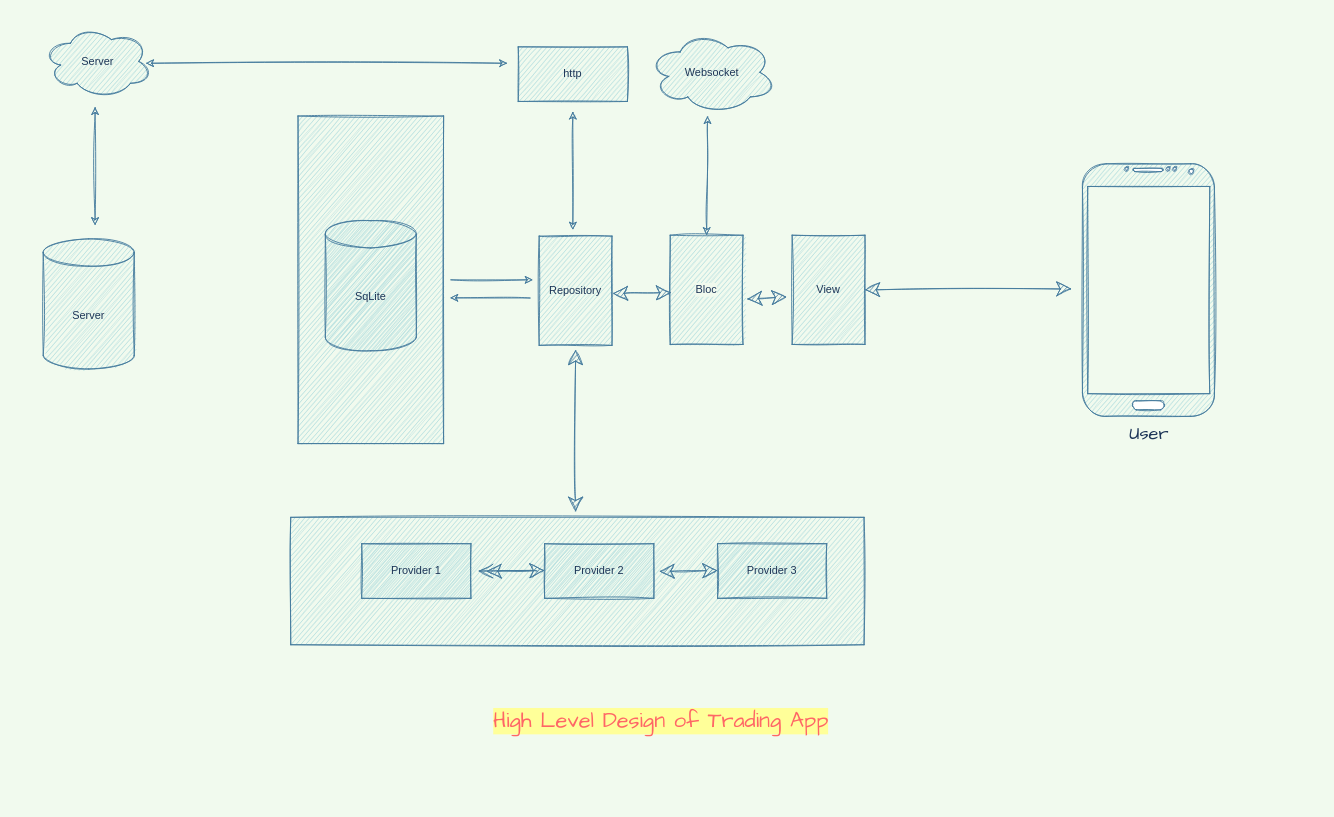
This is Diagram/Untitled Diagram.drawio from dheeraj-bhadoria/HLD-Trading-App, a draw.io file, before an edit. Source tidied: cells renumbered, new cells numbered last; positions are measured from the earlier drawing's top-left corner, leaving out a move shared by most shapes. Both pictures are drawn from the tidied source at 91%, with x=0, y=0 at pixel (15, 15).
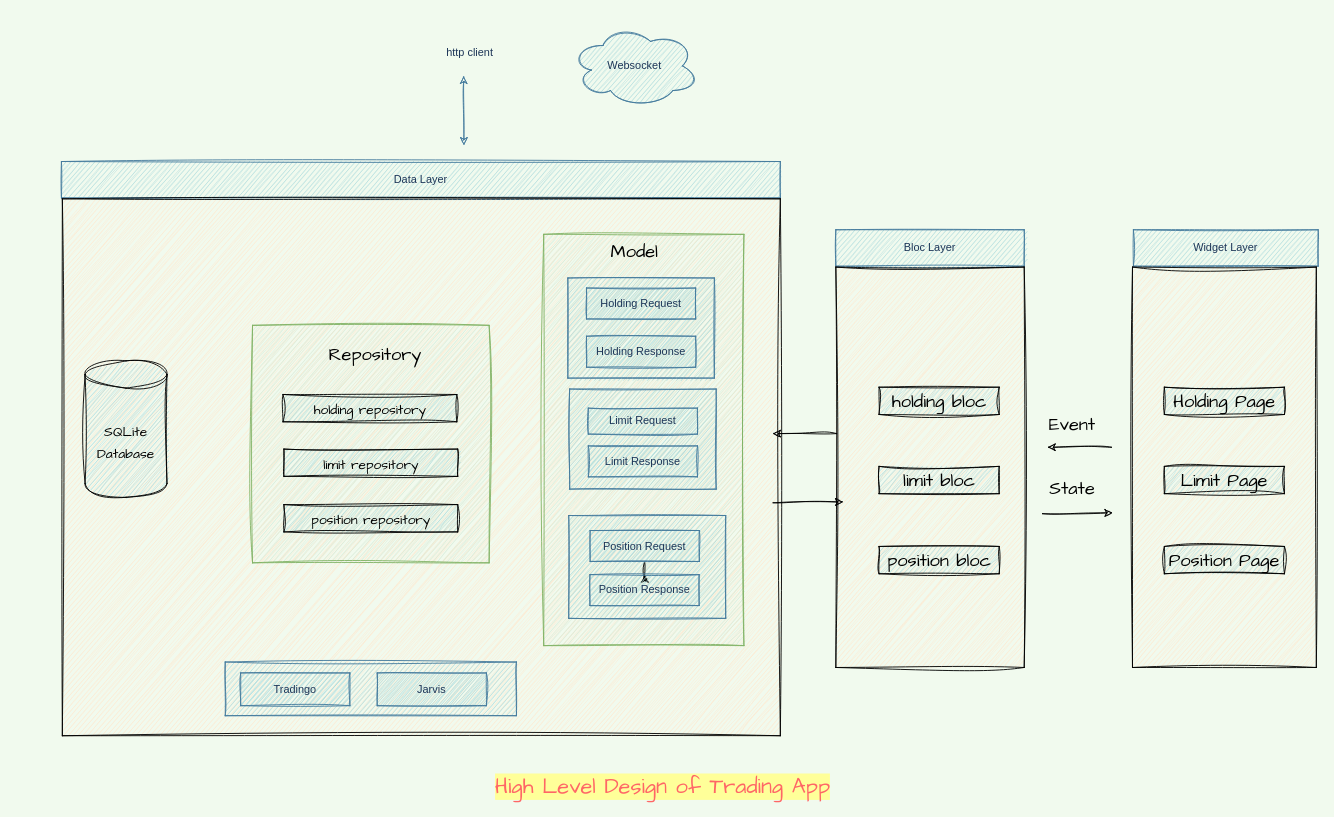
The same page after the edit.

The edit, as a diff of the source:
```diff
@@
-    <mxCell id="2" value="Bloc" style="rounded=0;whiteSpace=wrap;html=1;labelBackgroundColor=#F1FAEE;fillColor=#A8DADC;strokeColor=#457B9D;fontColor=#1D3557;sketch=1;" parent="1" vertex="1">
-      <mxGeometry x="719" y="241" width="80" height="120" as="geometry" />
-    </mxCell>
-    <mxCell id="3" style="edgeStyle=orthogonalEdgeStyle;rounded=0;orthogonalLoop=1;jettySize=auto;html=1;labelBackgroundColor=#F1FAEE;strokeColor=#457B9D;fontColor=#1D3557;sketch=1;" parent="1" edge="1">
-      <mxGeometry relative="1" as="geometry">
-        <mxPoint x="478" y="290" as="sourcePoint" />
-        <mxPoint x="568" y="290" as="targetPoint" />
-      </mxGeometry>
-    </mxCell>
-    <mxCell id="4" style="rounded=0;whiteSpace=wrap;html=1;fillColor=#A8DADC;strokeColor=#457B9D;fontColor=#1D3557;sketch=1;" parent="1" vertex="1">
-      <mxGeometry x="310" y="110" width="160" height="360" as="geometry" />
-    </mxCell>
-    <mxCell id="5" value="SqLite" style="shape=cylinder3;whiteSpace=wrap;html=1;boundedLbl=1;backgroundOutline=1;size=15;fillColor=#A8DADC;strokeColor=#457B9D;fontColor=#1D3557;rounded=0;sketch=1;" parent="1" vertex="1">
-      <mxGeometry x="340" y="225" width="100" height="143" as="geometry" />
-    </mxCell>
-    <mxCell id="6" value="Server" style="ellipse;shape=cloud;whiteSpace=wrap;html=1;fillColor=#A8DADC;strokeColor=#457B9D;fontColor=#1D3557;rounded=0;sketch=1;" parent="1" vertex="1">
-      <mxGeometry x="30" y="10" width="120" height="80" as="geometry" />
-    </mxCell>
-    <mxCell id="7" style="endArrow=classic;startArrow=classic;html=1;rounded=0;exitX=0.941;exitY=0.525;exitDx=0;exitDy=0;exitPerimeter=0;labelBackgroundColor=#F1FAEE;strokeColor=#457B9D;fontColor=#1D3557;sketch=1;" parent="1" edge="1" source="6">
-      <mxGeometry relative="1" as="geometry">
-        <mxPoint x="540" y="52" as="targetPoint" />
-      </mxGeometry>
-    </mxCell>
-    <mxCell id="8" style="endArrow=classic;startArrow=classic;html=1;rounded=0;entryX=0.5;entryY=0;entryDx=0;entryDy=0;labelBackgroundColor=#F1FAEE;strokeColor=#457B9D;fontColor=#1D3557;sketch=1;" parent="1" edge="1">
+    <mxCell id="8" style="endArrow=classic;startArrow=classic;html=1;rounded=0;labelBackgroundColor=#F1FAEE;strokeColor=#457B9D;fontColor=#1D3557;sketch=1;exitX=0.5;exitY=1;exitDx=0;exitDy=0;entryX=0.522;entryY=-0.1;entryDx=0;entryDy=0;entryPerimeter=0;" parent="1" edge="1">
       <mxGeometry relative="1" as="geometry">
-        <mxPoint x="612" y="105" as="sourcePoint" />
-        <mxPoint x="612" y="235" as="targetPoint" />
+        <mxPoint x="492" y="66" as="sourcePoint" />
+        <mxPoint x="492.3" y="142" as="targetPoint" />
       </mxGeometry>
     </mxCell>
-    <mxCell id="9" style="rounded=0;whiteSpace=wrap;html=1;fillColor=#A8DADC;strokeColor=#457B9D;fontColor=#1D3557;sketch=1;" parent="1" vertex="1">
-      <mxGeometry x="302" y="551" width="630" height="140" as="geometry" />
-    </mxCell>
-    <mxCell id="10" value="Provider 1" style="rounded=0;whiteSpace=wrap;html=1;fillColor=#A8DADC;strokeColor=#457B9D;fontColor=#1D3557;sketch=1;" parent="1" vertex="1">
-      <mxGeometry x="380" y="580" width="120" height="60" as="geometry" />
-    </mxCell>
-    <mxCell id="11" style="edgeStyle=orthogonalEdgeStyle;curved=1;rounded=0;sketch=1;hachureGap=4;jettySize=auto;html=1;fontFamily=Architects Daughter;fontSize=24;fontColor=#FF6666;endArrow=open;startSize=14;endSize=14;sourcePerimeterSpacing=8;targetPerimeterSpacing=8;strokeColor=#457B9D;fillColor=#A8DADC;" parent="1" edge="1" source="12" target="10">
-      <mxGeometry relative="1" as="geometry" />
-    </mxCell>
-    <mxCell id="12" value="Provider 2" style="rounded=0;whiteSpace=wrap;html=1;fillColor=#A8DADC;strokeColor=#457B9D;fontColor=#1D3557;sketch=1;" parent="1" vertex="1">
-      <mxGeometry x="581" y="580" width="120" height="60" as="geometry" />
-    </mxCell>
-    <mxCell id="13" value="Provider 3" style="rounded=0;whiteSpace=wrap;html=1;fillColor=#A8DADC;strokeColor=#457B9D;fontColor=#1D3557;sketch=1;" parent="1" vertex="1">
-      <mxGeometry x="771" y="580" width="120" height="60" as="geometry" />
-    </mxCell>
-    <mxCell id="14" style="endArrow=classic;html=1;rounded=0;entryX=1.014;entryY=0.555;entryDx=0;entryDy=0;entryPerimeter=0;labelBackgroundColor=#F1FAEE;strokeColor=#457B9D;fontColor=#1D3557;sketch=1;" parent="1" edge="1">
-      <mxGeometry relative="1" as="geometry">
-        <mxPoint x="565" y="310" as="sourcePoint" />
-        <mxPoint x="477.2" y="309.8" as="targetPoint" />
-      </mxGeometry>
-    </mxCell>
-    <mxCell id="15" value="Repository" style="rounded=0;whiteSpace=wrap;html=1;fillColor=#A8DADC;strokeColor=#457B9D;fontColor=#1D3557;sketch=1;" parent="1" vertex="1">
-      <mxGeometry x="575" y="242" width="80" height="120" as="geometry" />
-    </mxCell>
-    <mxCell id="16" value="View" style="rounded=0;whiteSpace=wrap;html=1;fillColor=#A8DADC;strokeColor=#457B9D;fontColor=#1D3557;sketch=1;" parent="1" vertex="1">
-      <mxGeometry x="853" y="241" width="80" height="120" as="geometry" />
+    <mxCell id="16" value="Widget Layer" style="rounded=0;whiteSpace=wrap;html=1;fillColor=#A8DADC;strokeColor=#457B9D;fontColor=#1D3557;sketch=1;" parent="1" vertex="1">
+      <mxGeometry x="1228" y="235" width="203" height="40" as="geometry" />
     </mxCell>
-    <mxCell id="17" value="http" style="rounded=0;whiteSpace=wrap;html=1;fillColor=#A8DADC;strokeColor=#457B9D;fontColor=#1D3557;sketch=1;" parent="1" vertex="1">
-      <mxGeometry x="552" y="34" width="120" height="60" as="geometry" />
+    <mxCell id="17" value="http client" style="rounded=0;whiteSpace=wrap;html=1;fillColor=none;strokeColor=none;fontColor=#1D3557;sketch=1;" parent="1" vertex="1">
+      <mxGeometry x="439" y="10" width="120" height="60" as="geometry" />
     </mxCell>
     <mxCell id="18" value="Websocket" style="ellipse;shape=cloud;whiteSpace=wrap;html=1;fillColor=#A8DADC;strokeColor=#457B9D;fontColor=#1D3557;rounded=0;sketch=1;" parent="1" vertex="1">
-      <mxGeometry x="695" y="17" width="140" height="90" as="geometry" />
+      <mxGeometry x="610" y="10" width="140" height="90" as="geometry" />
     </mxCell>
-    <mxCell id="19" style="endArrow=classic;startArrow=classic;html=1;rounded=0;entryX=0.5;entryY=0;entryDx=0;entryDy=0;labelBackgroundColor=#F1FAEE;strokeColor=#457B9D;fontColor=#1D3557;sketch=1;" parent="1" edge="1" target="2">
-      <mxGeometry relative="1" as="geometry">
-        <mxPoint x="760" y="110" as="sourcePoint" />
-        <Array as="points">
-          <mxPoint x="760" y="170" />
-        </Array>
-      </mxGeometry>
-    </mxCell>
-    <mxCell id="20" style="endArrow=classic;startArrow=classic;html=1;rounded=0;sketch=1;hachureGap=4;fontFamily=Architects Daughter;fontSize=16;startSize=14;endSize=14;sourcePerimeterSpacing=8;targetPerimeterSpacing=8;entryX=0;entryY=0.5;entryDx=0;entryDy=0;exitX=1;exitY=0.5;exitDx=0;exitDy=0;labelBackgroundColor=#F1FAEE;strokeColor=#457B9D;fontColor=#1D3557;" parent="1" edge="1">
-      <mxGeometry relative="1" as="geometry">
-        <mxPoint x="656" y="305" as="sourcePoint" />
-        <mxPoint x="720" y="304" as="targetPoint" />
-      </mxGeometry>
-    </mxCell>
-    <mxCell id="21" style="endArrow=classic;startArrow=classic;html=1;rounded=0;sketch=1;hachureGap=4;fontFamily=Architects Daughter;fontSize=16;startSize=14;endSize=14;sourcePerimeterSpacing=8;targetPerimeterSpacing=8;entryX=-0.038;entryY=0.582;entryDx=0;entryDy=0;entryPerimeter=0;exitX=1.093;exitY=0.601;exitDx=0;exitDy=0;exitPerimeter=0;labelBackgroundColor=#F1FAEE;strokeColor=#457B9D;fontColor=#1D3557;" parent="1" edge="1">
-      <mxGeometry relative="1" as="geometry">
-        <mxPoint x="803.4" y="311.1" as="sourcePoint" />
-        <mxPoint x="847" y="308.8" as="targetPoint" />
-      </mxGeometry>
-    </mxCell>
-    <mxCell id="22" value="User" style="verticalLabelPosition=bottom;verticalAlign=top;html=1;shadow=0;dashed=0;strokeWidth=1;shape=mxgraph.android.phone2;strokeColor=#457B9D;sketch=1;hachureGap=4;fontFamily=Architects Daughter;fontSize=20;fillColor=#A8DADC;fontColor=#1D3557;" parent="1" vertex="1">
-      <mxGeometry x="1172" y="162.5" width="145" height="277.5" as="geometry" />
-    </mxCell>
-    <mxCell id="23" style="endArrow=classic;startArrow=classic;html=1;rounded=0;sketch=1;hachureGap=4;fontFamily=Architects Daughter;fontSize=16;startSize=14;endSize=14;sourcePerimeterSpacing=8;targetPerimeterSpacing=8;exitX=1;exitY=0.5;exitDx=0;exitDy=0;labelBackgroundColor=#F1FAEE;strokeColor=#457B9D;fontColor=#1D3557;" parent="1" edge="1" source="16">
-      <mxGeometry relative="1" as="geometry">
-        <mxPoint x="1160" y="300" as="targetPoint" />
-      </mxGeometry>
-    </mxCell>
-    <mxCell id="24" value="Server" style="shape=cylinder3;whiteSpace=wrap;html=1;boundedLbl=1;backgroundOutline=1;size=15;fillColor=#A8DADC;strokeColor=#457B9D;fontColor=#1D3557;rounded=0;sketch=1;" parent="1" vertex="1">
-      <mxGeometry x="30" y="245" width="100" height="143" as="geometry" />
-    </mxCell>
-    <mxCell id="25" style="endArrow=classic;startArrow=classic;html=1;rounded=0;labelBackgroundColor=#F1FAEE;strokeColor=#457B9D;fontColor=#1D3557;sketch=1;" parent="1" edge="1">
-      <mxGeometry relative="1" as="geometry">
-        <mxPoint x="87" y="100" as="sourcePoint" />
-        <mxPoint x="87" y="230" as="targetPoint" />
-      </mxGeometry>
-    </mxCell>
     <mxCell id="26" style="rounded=0;whiteSpace=wrap;html=1;sketch=1;hachureGap=4;fontFamily=Architects Daughter;fontSize=20;strokeColor=none;fillColor=none;dashed=1;" parent="1" vertex="1">
-      <mxGeometry width="1390" height="830" as="geometry" />
+      <mxGeometry width="30" height="30" as="geometry" />
     </mxCell>
-    <mxCell id="27" style="endArrow=classic;startArrow=classic;html=1;rounded=0;sketch=1;hachureGap=4;fontFamily=Architects Daughter;fontSize=24;fontColor=#FF6666;startSize=14;endSize=14;sourcePerimeterSpacing=8;targetPerimeterSpacing=8;strokeColor=#457B9D;fillColor=#A8DADC;curved=1;entryX=0.5;entryY=1;entryDx=0;entryDy=0;" parent="1" edge="1">
-      <mxGeometry relative="1" as="geometry">
-        <mxPoint x="615" y="545" as="sourcePoint" />
-        <mxPoint x="615" y="367" as="targetPoint" />
-      </mxGeometry>
-    </mxCell>
-    <mxCell id="28" style="endArrow=classic;startArrow=classic;html=1;rounded=0;sketch=1;hachureGap=4;fontFamily=Architects Daughter;fontSize=16;startSize=14;endSize=14;sourcePerimeterSpacing=8;targetPerimeterSpacing=8;entryX=0;entryY=0.5;entryDx=0;entryDy=0;exitX=1;exitY=0.5;exitDx=0;exitDy=0;labelBackgroundColor=#F1FAEE;strokeColor=#457B9D;fontColor=#1D3557;" parent="1" edge="1">
-      <mxGeometry relative="1" as="geometry">
-        <mxPoint x="517" y="610.4" as="sourcePoint" />
-        <mxPoint x="581" y="609.4" as="targetPoint" />
-      </mxGeometry>
-    </mxCell>
-    <mxCell id="29" style="endArrow=classic;startArrow=classic;html=1;rounded=0;sketch=1;hachureGap=4;fontFamily=Architects Daughter;fontSize=16;startSize=14;endSize=14;sourcePerimeterSpacing=8;targetPerimeterSpacing=8;entryX=0;entryY=0.5;entryDx=0;entryDy=0;exitX=1;exitY=0.5;exitDx=0;exitDy=0;labelBackgroundColor=#F1FAEE;strokeColor=#457B9D;fontColor=#1D3557;" parent="1" edge="1">
-      <mxGeometry relative="1" as="geometry">
-        <mxPoint x="707" y="610.4" as="sourcePoint" />
-        <mxPoint x="771" y="609.4" as="targetPoint" />
-      </mxGeometry>
-    </mxCell>
     <mxCell id="30" value="High Level Design of Trading App" style="text;html=1;strokeColor=none;fillColor=none;align=center;verticalAlign=middle;whiteSpace=wrap;rounded=0;dashed=1;labelBackgroundColor=#FFFF99;sketch=1;hachureGap=4;fontFamily=Architects Daughter;fontSize=24;fontColor=#FF6666;" parent="1" vertex="1">
-      <mxGeometry x="480" y="760" width="458" height="30" as="geometry" />
+      <mxGeometry x="482" y="832" width="458" height="30" as="geometry" />
     </mxCell>
+    <mxCell id="31" style="rounded=0;whiteSpace=wrap;html=1;sketch=1;hachureGap=4;jiggle=2;curveFitting=1;fontFamily=Architects Daughter;fontSize=20;fillColor=#FFE6CC;" parent="1" vertex="1">
+      <mxGeometry x="1227" y="276" width="202" height="440" as="geometry" />
+    </mxCell>
+    <mxCell id="32" value="Bloc Layer" style="rounded=0;whiteSpace=wrap;html=1;fillColor=#A8DADC;strokeColor=#457B9D;fontColor=#1D3557;sketch=1;" parent="1" vertex="1">
+      <mxGeometry x="901" y="235" width="207" height="40" as="geometry" />
+    </mxCell>
+    <mxCell id="33" style="rounded=0;whiteSpace=wrap;html=1;sketch=1;hachureGap=4;jiggle=2;curveFitting=1;fontFamily=Architects Daughter;fontSize=20;fillColor=#FFE6CC;" parent="1" vertex="1">
+      <mxGeometry x="901" y="276" width="207" height="440" as="geometry" />
+    </mxCell>
+    <mxCell id="34" value="Data Layer" style="rounded=0;whiteSpace=wrap;html=1;fillColor=#A8DADC;strokeColor=#457B9D;fontColor=#1D3557;sketch=1;" parent="1" vertex="1">
+      <mxGeometry x="50" y="160" width="790" height="40" as="geometry" />
+    </mxCell>
+    <mxCell id="35" style="rounded=0;whiteSpace=wrap;html=1;sketch=1;hachureGap=4;jiggle=2;curveFitting=1;fontFamily=Architects Daughter;fontSize=20;fillColor=#FFE6CC;" parent="1" vertex="1">
+      <mxGeometry x="51" y="201" width="789" height="590" as="geometry" />
+    </mxCell>
+    <mxCell id="36" style="rounded=0;whiteSpace=wrap;html=1;fillColor=#A8DADC;strokeColor=#457B9D;fontColor=#1D3557;sketch=1;" parent="1" vertex="1">
+      <mxGeometry x="230" y="710" width="320" height="59" as="geometry" />
+    </mxCell>
+    <mxCell id="37" value="Tradingo " style="rounded=0;whiteSpace=wrap;html=1;fillColor=#A8DADC;strokeColor=#457B9D;fontColor=#1D3557;sketch=1;" parent="1" vertex="1">
+      <mxGeometry x="247" y="722" width="120" height="36" as="geometry" />
+    </mxCell>
+    <mxCell id="38" value="Jarvis" style="rounded=0;whiteSpace=wrap;html=1;fillColor=#A8DADC;strokeColor=#457B9D;fontColor=#1D3557;sketch=1;" parent="1" vertex="1">
+      <mxGeometry x="397" y="722" width="120" height="36" as="geometry" />
+    </mxCell>
+    <mxCell id="39" style="endArrow=classic;html=1;rounded=0;sketch=1;hachureGap=4;jiggle=2;curveFitting=1;fontFamily=Architects Daughter;fontSize=16;" parent="1" edge="1">
+      <mxGeometry relative="1" as="geometry">
+        <mxPoint x="832" y="535" as="sourcePoint" />
+        <mxPoint x="909" y="534" as="targetPoint" />
+      </mxGeometry>
+    </mxCell>
+    <mxCell id="40" style="endArrow=classic;html=1;rounded=0;sketch=1;hachureGap=4;jiggle=2;curveFitting=1;fontFamily=Architects Daughter;fontSize=16;entryX=1.015;entryY=0.34;entryDx=0;entryDy=0;entryPerimeter=0;" parent="1" edge="1">
+      <mxGeometry relative="1" as="geometry">
+        <mxPoint x="902" y="459" as="sourcePoint" />
+        <mxPoint x="831.8" y="459" as="targetPoint" />
+      </mxGeometry>
+    </mxCell>
+    <mxCell id="41" style="endArrow=classic;html=1;rounded=0;sketch=1;hachureGap=4;jiggle=2;curveFitting=1;fontFamily=Architects Daughter;fontSize=16;" parent="1" edge="1">
+      <mxGeometry relative="1" as="geometry">
+        <mxPoint x="1128" y="547" as="sourcePoint" />
+        <mxPoint x="1205" y="546" as="targetPoint" />
+      </mxGeometry>
+    </mxCell>
+    <mxCell id="42" style="endArrow=classic;html=1;rounded=0;sketch=1;hachureGap=4;jiggle=2;curveFitting=1;fontFamily=Architects Daughter;fontSize=16;entryX=1.015;entryY=0.34;entryDx=0;entryDy=0;entryPerimeter=0;" parent="1" edge="1">
+      <mxGeometry relative="1" as="geometry">
+        <mxPoint x="1204" y="474" as="sourcePoint" />
+        <mxPoint x="1133.8" y="474" as="targetPoint" />
+      </mxGeometry>
+    </mxCell>
+    <mxCell id="43" value="Event" style="text;html=1;strokeColor=none;fillColor=none;align=center;verticalAlign=middle;whiteSpace=wrap;rounded=0;fontSize=20;fontFamily=Architects Daughter;" parent="1" vertex="1">
+      <mxGeometry x="1131" y="434" width="60" height="30" as="geometry" />
+    </mxCell>
+    <mxCell id="44" value="State" style="text;html=1;strokeColor=none;fillColor=none;align=center;verticalAlign=middle;whiteSpace=wrap;rounded=0;fontSize=20;fontFamily=Architects Daughter;" parent="1" vertex="1">
+      <mxGeometry x="1131" y="504" width="60" height="30" as="geometry" />
+    </mxCell>
+    <mxCell id="45" value="limit bloc" style="rounded=0;whiteSpace=wrap;html=1;sketch=1;hachureGap=4;jiggle=2;curveFitting=1;fontFamily=Architects Daughter;fontSize=20;fillColor=#A8DADC;" parent="1" vertex="1">
+      <mxGeometry x="948.5" y="495" width="132" height="30" as="geometry" />
+    </mxCell>
+    <mxCell id="46" value="holding bloc" style="rounded=0;whiteSpace=wrap;html=1;sketch=1;hachureGap=4;jiggle=2;curveFitting=1;fontFamily=Architects Daughter;fontSize=20;fillColor=#A8DADC;" parent="1" vertex="1">
+      <mxGeometry x="948.5" y="408" width="132" height="30" as="geometry" />
+    </mxCell>
+    <mxCell id="47" value="position bloc" style="rounded=0;whiteSpace=wrap;html=1;sketch=1;hachureGap=4;jiggle=2;curveFitting=1;fontFamily=Architects Daughter;fontSize=20;fillColor=#A8DADC;" parent="1" vertex="1">
+      <mxGeometry x="948.5" y="583" width="132" height="30" as="geometry" />
+    </mxCell>
+    <mxCell id="48" value="Limit Page" style="rounded=0;whiteSpace=wrap;html=1;sketch=1;hachureGap=4;jiggle=2;curveFitting=1;fontFamily=Architects Daughter;fontSize=20;fillColor=#A8DADC;" parent="1" vertex="1">
+      <mxGeometry x="1262" y="495" width="132" height="30" as="geometry" />
+    </mxCell>
+    <mxCell id="49" value="Holding Page" style="rounded=0;whiteSpace=wrap;html=1;sketch=1;hachureGap=4;jiggle=2;curveFitting=1;fontFamily=Architects Daughter;fontSize=20;fillColor=#A8DADC;" parent="1" vertex="1">
+      <mxGeometry x="1262" y="408" width="132" height="30" as="geometry" />
+    </mxCell>
+    <mxCell id="50" value="Position Page" style="rounded=0;whiteSpace=wrap;html=1;sketch=1;hachureGap=4;jiggle=2;curveFitting=1;fontFamily=Architects Daughter;fontSize=20;fillColor=#A8DADC;" parent="1" vertex="1">
+      <mxGeometry x="1262" y="583" width="132" height="30" as="geometry" />
+    </mxCell>
+    <mxCell id="51" value="&lt;font style=&quot;font-size: 15px;&quot;&gt;SQLite&lt;br&gt;Database&lt;/font&gt;" style="shape=cylinder3;whiteSpace=wrap;html=1;boundedLbl=1;backgroundOutline=1;size=15;sketch=1;hachureGap=4;jiggle=2;curveFitting=1;fontFamily=Architects Daughter;fontSize=20;fillColor=#A8DADC;" parent="1" vertex="1">
+      <mxGeometry x="76" y="379" width="90" height="150" as="geometry" />
+    </mxCell>
+    <mxCell id="52" style="rounded=0;whiteSpace=wrap;html=1;sketch=1;hachureGap=4;jiggle=2;curveFitting=1;fontFamily=Architects Daughter;fontSize=20;fillColor=#d5e8d4;strokeColor=#82b366;" parent="1" vertex="1">
+      <mxGeometry x="580" y="240" width="220" height="452" as="geometry" />
+    </mxCell>
+    <mxCell id="53" style="rounded=0;whiteSpace=wrap;html=1;fillColor=#A8DADC;strokeColor=#457B9D;fontColor=#1D3557;sketch=1;" parent="1" vertex="1">
+      <mxGeometry x="606.5" y="288" width="161" height="110" as="geometry" />
+    </mxCell>
+    <mxCell id="54" style="rounded=0;whiteSpace=wrap;html=1;fillColor=#A8DADC;strokeColor=#457B9D;fontColor=#1D3557;sketch=1;" parent="1" vertex="1">
+      <mxGeometry x="608.5" y="410" width="161" height="110" as="geometry" />
+    </mxCell>
+    <mxCell id="55" style="rounded=0;whiteSpace=wrap;html=1;fillColor=#A8DADC;strokeColor=#457B9D;fontColor=#1D3557;sketch=1;" parent="1" vertex="1">
+      <mxGeometry x="607.5" y="549" width="172.5" height="113" as="geometry" />
+    </mxCell>
+    <mxCell id="56" value="Holding Request" style="rounded=0;whiteSpace=wrap;html=1;fillColor=#A8DADC;strokeColor=#457B9D;fontColor=#1D3557;sketch=1;" parent="1" vertex="1">
+      <mxGeometry x="627" y="299" width="120" height="34" as="geometry" />
+    </mxCell>
+    <mxCell id="57" value="Holding Response" style="rounded=0;whiteSpace=wrap;html=1;fillColor=#A8DADC;strokeColor=#457B9D;fontColor=#1D3557;sketch=1;" parent="1" vertex="1">
+      <mxGeometry x="627" y="352" width="120" height="34" as="geometry" />
+    </mxCell>
+    <mxCell id="58" value="Limit Request" style="rounded=0;whiteSpace=wrap;html=1;fillColor=#A8DADC;strokeColor=#457B9D;fontColor=#1D3557;sketch=1;" parent="1" vertex="1">
+      <mxGeometry x="629" y="431" width="120" height="28.5" as="geometry" />
+    </mxCell>
+    <mxCell id="59" value="Limit Response" style="rounded=0;whiteSpace=wrap;html=1;fillColor=#A8DADC;strokeColor=#457B9D;fontColor=#1D3557;sketch=1;" parent="1" vertex="1">
+      <mxGeometry x="629" y="472.5" width="120" height="34" as="geometry" />
+    </mxCell>
+    <mxCell id="60" style="edgeStyle=orthogonalEdgeStyle;rounded=0;sketch=1;hachureGap=4;jiggle=2;curveFitting=1;jettySize=auto;html=1;fontFamily=Architects Daughter;fontSize=16;" parent="1" edge="1" source="61" target="66">
+      <mxGeometry relative="1" as="geometry" />
+    </mxCell>
+    <mxCell id="61" value="Position Request " style="rounded=0;whiteSpace=wrap;html=1;fillColor=#A8DADC;strokeColor=#457B9D;fontColor=#1D3557;sketch=1;" parent="1" vertex="1">
+      <mxGeometry x="631" y="565.5" width="120" height="34" as="geometry" />
+    </mxCell>
+    <mxCell id="62" style="rounded=0;whiteSpace=wrap;html=1;sketch=1;hachureGap=4;jiggle=2;curveFitting=1;fontFamily=Architects Daughter;fontSize=20;fillColor=#d5e8d4;strokeColor=#82b366;" parent="1" vertex="1">
+      <mxGeometry x="260" y="340" width="260" height="261" as="geometry" />
+    </mxCell>
+    <mxCell id="63" value="&lt;font style=&quot;font-size: 15px;&quot;&gt;holding repository&lt;/font&gt;" style="rounded=0;whiteSpace=wrap;html=1;sketch=1;hachureGap=4;jiggle=2;curveFitting=1;fontFamily=Architects Daughter;fontSize=20;fillColor=#A8DADC;" parent="1" vertex="1">
+      <mxGeometry x="293.5" y="416" width="191" height="30" as="geometry" />
+    </mxCell>
+    <mxCell id="64" value="&lt;font style=&quot;font-size: 15px;&quot;&gt;limit repository&lt;/font&gt;" style="rounded=0;whiteSpace=wrap;html=1;sketch=1;hachureGap=4;jiggle=2;curveFitting=1;fontFamily=Architects Daughter;fontSize=20;fillColor=#A8DADC;" parent="1" vertex="1">
+      <mxGeometry x="294.5" y="476" width="191" height="30" as="geometry" />
+    </mxCell>
+    <mxCell id="65" value="&lt;font style=&quot;font-size: 15px;&quot;&gt;position repository&lt;/font&gt;" style="rounded=0;whiteSpace=wrap;html=1;sketch=1;hachureGap=4;jiggle=2;curveFitting=1;fontFamily=Architects Daughter;fontSize=20;fillColor=#A8DADC;" parent="1" vertex="1">
+      <mxGeometry x="294.5" y="537" width="191" height="30" as="geometry" />
+    </mxCell>
+    <mxCell id="15" value="Repository" style="text;html=1;strokeColor=none;fillColor=none;align=center;verticalAlign=middle;whiteSpace=wrap;rounded=0;fontSize=20;fontFamily=Architects Daughter;" parent="1" vertex="1">
+      <mxGeometry x="365" y="357" width="60" height="30" as="geometry" />
+    </mxCell>
+    <mxCell id="66" value="Position Response " style="rounded=0;whiteSpace=wrap;html=1;fillColor=#A8DADC;strokeColor=#457B9D;fontColor=#1D3557;sketch=1;" parent="1" vertex="1">
+      <mxGeometry x="630.8" y="614" width="120" height="34" as="geometry" />
+    </mxCell>
+    <mxCell id="67" value="Model" style="text;html=1;strokeColor=none;fillColor=none;align=center;verticalAlign=middle;whiteSpace=wrap;rounded=0;fontSize=20;fontFamily=Architects Daughter;" parent="1" vertex="1">
+      <mxGeometry x="650" y="243" width="60" height="30" as="geometry" />
+    </mxCell>
```
